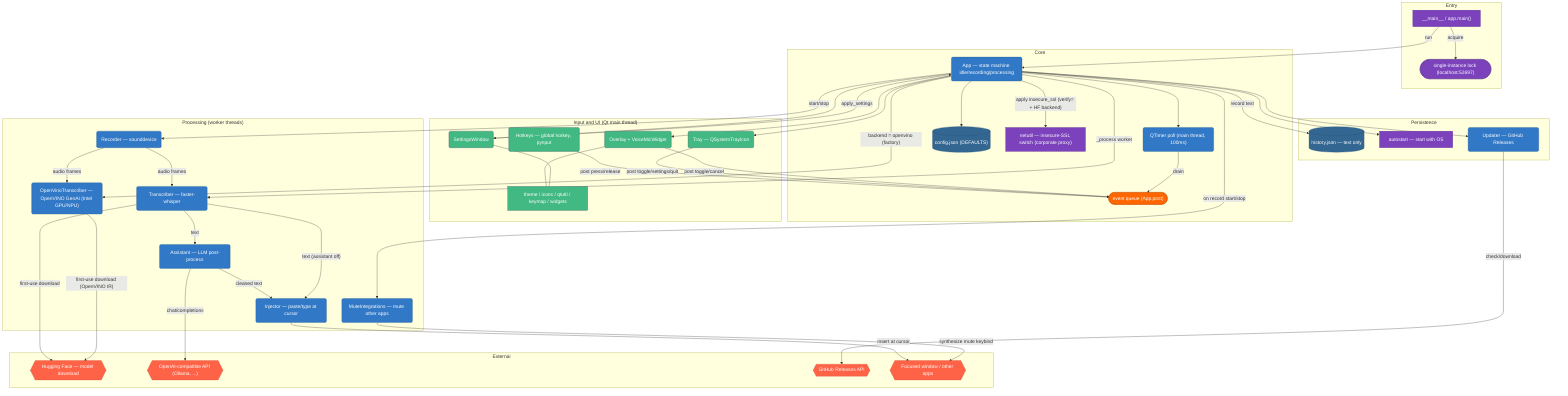
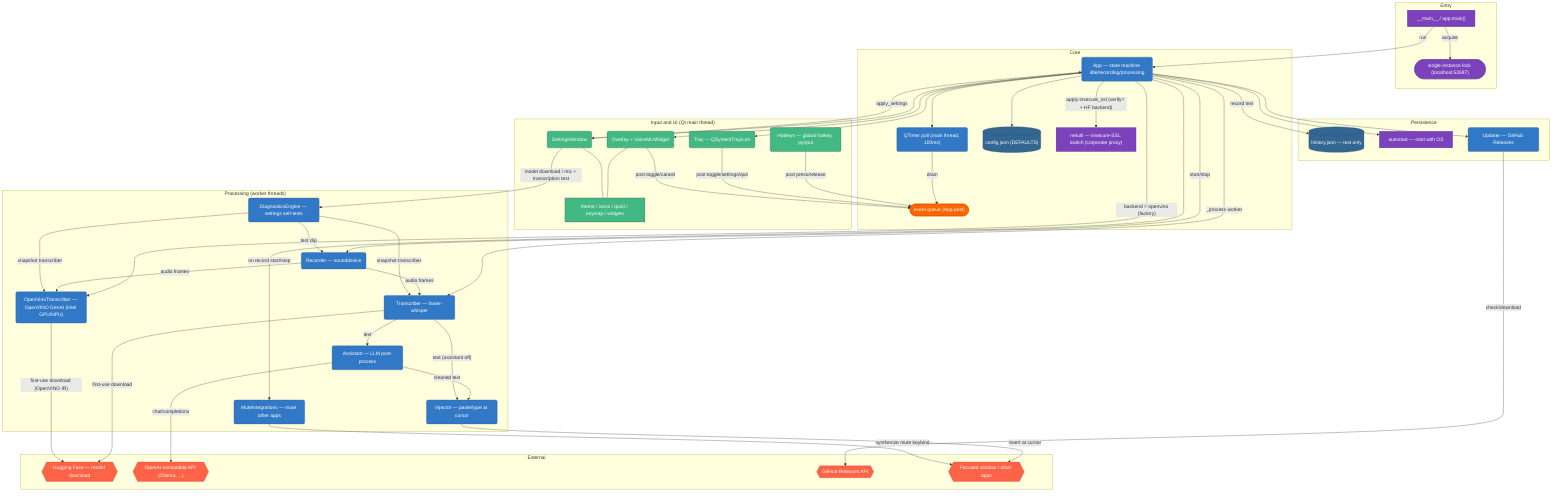
flowchart TD
    subgraph "Entry"
        Main["__main__ / app.main()"]:::infra
        Single(["single-instance lock (localhost:52697)"]):::infra
    end

    subgraph "Core"
        App("App — state machine idle/recording/processing"):::backend
        Events(["event queue (App.post)"]):::queue
        Poll("QTimer poll (main thread, 100ms)"):::backend
        Config[("config.json (DEFAULTS)")]:::database
        Net["netutil — insecure-SSL switch (corporate proxy)"]:::infra
    end

    subgraph "Input and UI (Qt main thread)"
        Hotkeys("Hotkeys — global hotkey, pynput"):::frontend
        Tray("Tray — QSystemTrayIcon"):::frontend
        Overlay("Overlay + VoiceMicWidget"):::frontend
        Settings("SettingsWindow"):::frontend
        Theme["theme / icons / qtutil / keymap / widgets"]:::frontend
    end

    subgraph "Processing (worker threads)"
        Recorder("Recorder — sounddevice"):::backend
        Transcriber("Transcriber — faster-whisper"):::backend
        TranscriberOV("OpenVinoTranscriber — OpenVINO GenAI (Intel GPU/NPU)"):::backend
        Assistant("Assistant — LLM post-process"):::backend
        Injector("Injector — paste/type at cursor"):::backend
        Mute("MuteIntegrations — mute other apps"):::backend
+         Diag("DiagnosticsEngine — settings self-tests"):::backend
    end

    subgraph "Persistence"
        History[("history.json — text only")]:::database
        Autostart["autostart — start with OS"]:::infra
        Updater("Updater — GitHub Releases"):::backend
    end

    subgraph "External"
        HF{{"Hugging Face — model download"}}:::external
        LLM{{"OpenAI-compatible API (Ollama, ...)"}}:::external
        GH{{"GitHub Releases API"}}:::external
        OS{{"Focused window / other apps"}}:::external
    end

    Main -->|"acquire"| Single
    Main -->|"run"| App
    App --> Config
    App -->|"apply insecure_ssl (verify= + HF backend)"| Net
    App --> Poll
    Poll -->|"drain"| Events

    Hotkeys -->|"post press/release"| Events
    Tray -->|"post toggle/settings/quit"| Events
    Overlay -->|"post toggle/cancel"| Events
    Settings -->|"apply_settings"| App
    App --> Tray
    App --> Overlay
    App --> Settings
    Overlay --- Theme
    Settings --- Theme

    App -->|"start/stop"| Recorder
    App -->|"_process worker"| Transcriber
    App -->|"backend = openvino (factory)"| TranscriberOV
    Recorder -->|"audio frames"| Transcriber
    Recorder -->|"audio frames"| TranscriberOV
    Transcriber -->|"text"| Assistant
    Assistant -->|"cleaned text"| Injector
    Transcriber -->|"text (assistant off)"| Injector
    App -->|"on record start/stop"| Mute

+     Settings -->|"model download / mic + transcription test"| Diag
+     Diag -->|"test clip"| Recorder
+     Diag -->|"snapshot transcriber"| Transcriber
+     Diag -->|"snapshot transcriber"| TranscriberOV
+ 
    Injector -->|"insert at cursor"| OS
    Mute -->|"synthesize mute keybind"| OS
    Transcriber -->|"first-use download"| HF
    TranscriberOV -->|"first-use download (OpenVINO IR)"| HF
    Assistant -->|"chat/completions"| LLM
    Updater -->|"check/download"| GH
    App --> Updater
    App -->|"record text"| History
    App --> Autostart

    click Main "src/listen_to_me/app.py"
    click App "src/listen_to_me/app.py"
    click Config "src/listen_to_me/config.py"
    click Hotkeys "src/listen_to_me/hotkeys.py"
    click Tray "src/listen_to_me/tray.py"
    click Overlay "src/listen_to_me/overlay.py"
    click Settings "src/listen_to_me/settings_ui.py"
    click Recorder "src/listen_to_me/audio.py"
    click Transcriber "src/listen_to_me/transcriber.py"
    click TranscriberOV "src/listen_to_me/transcriber_openvino.py"
    click Assistant "src/listen_to_me/assistant.py"
    click Injector "src/listen_to_me/injector.py"
    click Mute "src/listen_to_me/integrations.py"
    click History "src/listen_to_me/history.py"
    click Autostart "src/listen_to_me/autostart.py"
    click Updater "src/listen_to_me/updater.py"
    click Net "src/listen_to_me/netutil.py"
+     click Diag "src/listen_to_me/diagnostics.py"

    classDef frontend fill:#42b883,stroke:#35495e,color:#fff
    classDef backend fill:#3178c6,stroke:#265a8f,color:#fff
    classDef database fill:#336791,stroke:#264d73,color:#fff
    classDef queue fill:#ff6600,stroke:#cc5200,color:#fff
    classDef external fill:#ff6347,stroke:#cc4f39,color:#fff
    classDef infra fill:#7b42bc,stroke:#5e338f,color:#fff
